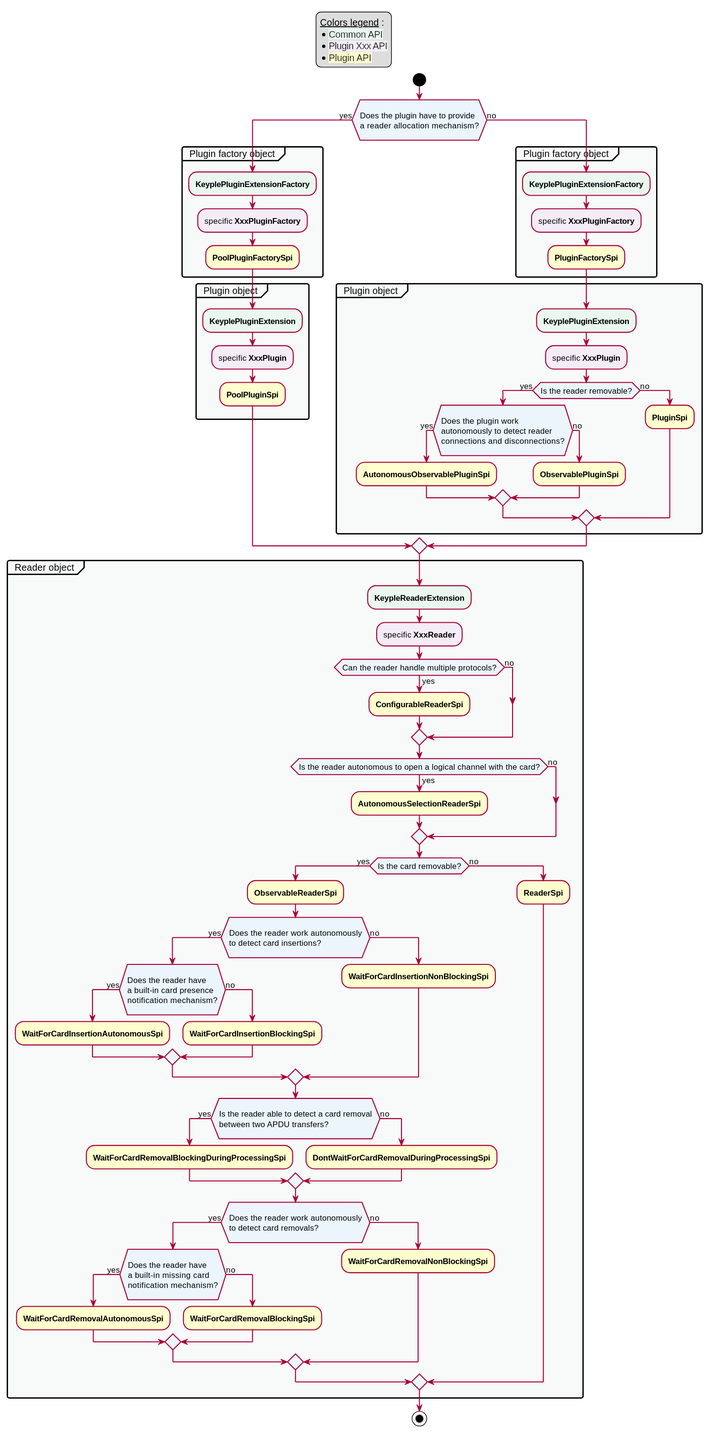
Before: static/media/learn/developer-guide/design-guides/reader_plugin_activity_diagram.svg, a diagram exported from PlantUML (eclipse-keyple/keyple-website). Source of this version:
```plantuml
@startuml
!define C_GREY1 F8F9F9
!define C_GREY2 F2F3F4
!define C_YELLOW FEFECE
!define C_PURPLE F4ECF7
!define C_BLUE EBF5FB
!define C_GREEN E9F7EF
<style>
activityDiagram {
    diamond {
        BackgroundColor C_BLUE
        FontSize 12
    }
    arrow {
        FontSize 12
    }
    partition {
        BackgroundColor C_GREY1
        RoundCorner 6
    }
}
</style>
skinparam Shadowing false

legend top
    __Colors legend__ :
    * <back:C_GREEN>Common API</back>
    * <back:C_PURPLE>Plugin Xxx API</back>
    * <back:C_YELLOW>Plugin API</back>
end legend

start

if (\nDoes the plugin have to provide\na reader allocation mechanism?\n) then (yes)
    partition "  Plugin factory object  " {
        #C_GREEN:**KeyplePluginExtensionFactory**;
        #C_PURPLE:specific **XxxPluginFactory**;
        :**PoolPluginFactorySpi**;
    }
    partition "  Plugin object  " {
        #C_GREEN:**KeyplePluginExtension**;
        #C_PURPLE:specific **XxxPlugin**;
        :**PoolPluginSpi**;
    }
else (no)
    partition "  Plugin factory object  " {
        #C_GREEN:**KeyplePluginExtensionFactory**;
        #C_PURPLE:specific **XxxPluginFactory**;
        :**PluginFactorySpi**;
    }
    partition "  Plugin object  " {
        #C_GREEN:**KeyplePluginExtension**;
        #C_PURPLE:specific **XxxPlugin**;
        if (Is the reader removable?) then (yes)
            if (\nDoes the plugin work\nautonomously to detect reader\nconnections and disconnections?\n) then (yes)
                :**AutonomousObservablePluginSpi**;
            else (no)
                :**ObservablePluginSpi**;
            endif
        else (no)
            :**PluginSpi**;
        endif
    }
endif

partition "  Reader object  " {
    #C_GREEN:**KeypleReaderExtension**;
    #C_PURPLE:specific **XxxReader**;

    if (Can the reader handle multiple protocols?) then (yes)
        :**ConfigurableReaderSpi**;
    else (no)
    endif

    if (Is the reader autonomous to open a logical channel with the card?) then (yes)
        :**AutonomousSelectionReaderSpi**;
    else (no)
    endif

    if (Is the card removable?) then (yes)
        :**ObservableReaderSpi**;
        if (\nDoes the reader work autonomously\nto detect card insertions?\n) then (yes)
            if (\nDoes the reader have\na built-in card presence\nnotification mechanism?\n) then (yes)
                :**WaitForCardInsertionAutonomousSpi**;
            else (no)
                :**WaitForCardInsertionBlockingSpi**;
            endif
        else (no)
            :**WaitForCardInsertionNonBlockingSpi**;
        endif
        if (\nIs the reader able to detect a card removal\nbetween two APDU transfers?\n) then (yes)
            :**WaitForCardRemovalBlockingDuringProcessingSpi**;
        else (no)
            :**DontWaitForCardRemovalDuringProcessingSpi**;
        endif
        if (\nDoes the reader work autonomously\nto detect card removals?\n) then (yes)
            if (\nDoes the reader have\na built-in missing card\nnotification mechanism?\n) then (yes)
                :**WaitForCardRemovalAutonomousSpi**;
            else (no)
                :**WaitForCardRemovalBlockingSpi**;
            endif
        else (no)
            :**WaitForCardRemovalNonBlockingSpi**;
        endif
    else (no)
        :**ReaderSpi**;
    endif
}

stop
@enduml
```
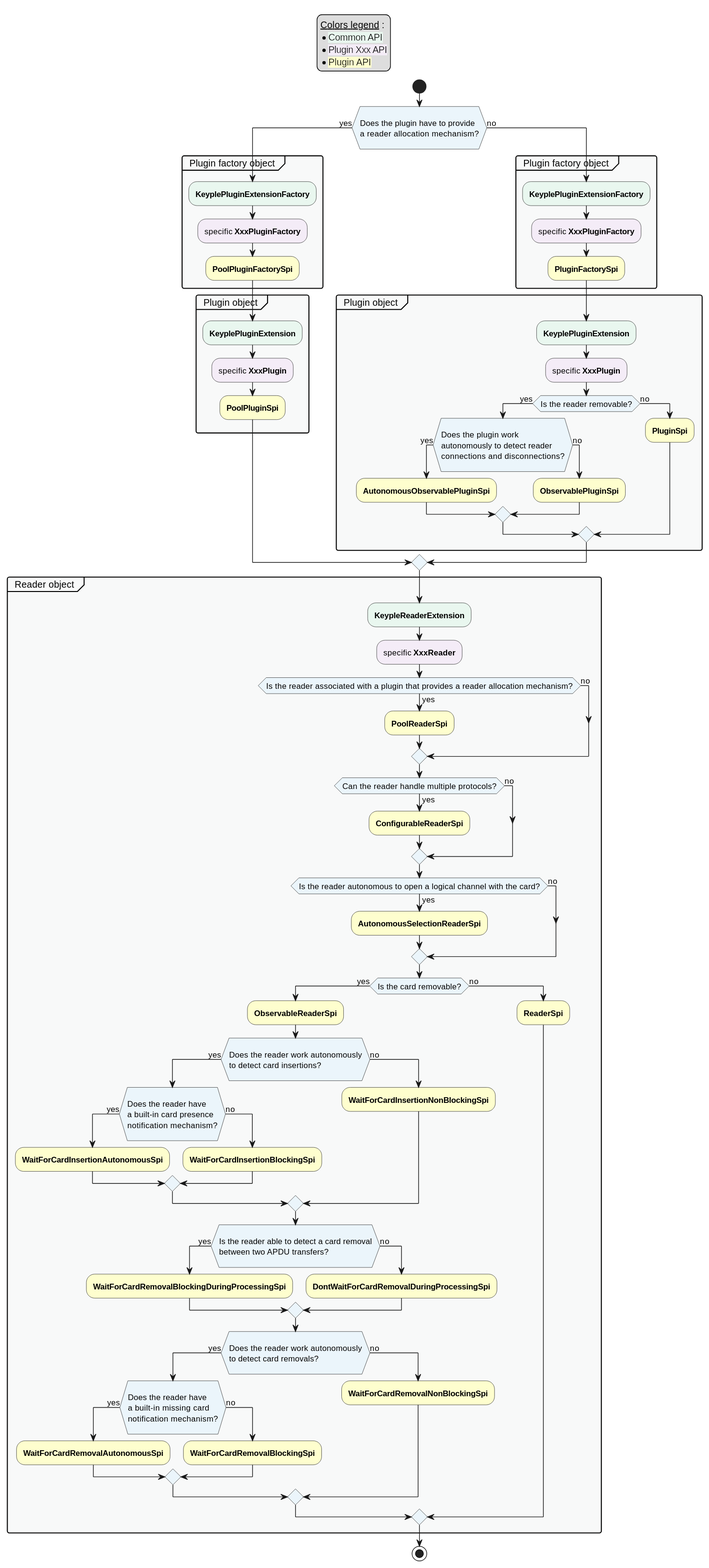
Above is the later version.

Diff of the diagram source:
```diff
@@ -35,30 +35,30 @@
     partition "  Plugin factory object  " {
         #C_GREEN:**KeyplePluginExtensionFactory**;
         #C_PURPLE:specific **XxxPluginFactory**;
-        :**PoolPluginFactorySpi**;
+        #C_YELLOW:**PoolPluginFactorySpi**;
     }
     partition "  Plugin object  " {
         #C_GREEN:**KeyplePluginExtension**;
         #C_PURPLE:specific **XxxPlugin**;
-        :**PoolPluginSpi**;
+        #C_YELLOW:**PoolPluginSpi**;
     }
 else (no)
     partition "  Plugin factory object  " {
         #C_GREEN:**KeyplePluginExtensionFactory**;
         #C_PURPLE:specific **XxxPluginFactory**;
-        :**PluginFactorySpi**;
+        #C_YELLOW:**PluginFactorySpi**;
     }
     partition "  Plugin object  " {
         #C_GREEN:**KeyplePluginExtension**;
         #C_PURPLE:specific **XxxPlugin**;
         if (Is the reader removable?) then (yes)
             if (\nDoes the plugin work\nautonomously to detect reader\nconnections and disconnections?\n) then (yes)
-                :**AutonomousObservablePluginSpi**;
+                #C_YELLOW:**AutonomousObservablePluginSpi**;
             else (no)
-                :**ObservablePluginSpi**;
+                #C_YELLOW:**ObservablePluginSpi**;
             endif
         else (no)
-            :**PluginSpi**;
+            #C_YELLOW:**PluginSpi**;
         endif
     }
 endif
@@ -67,43 +67,48 @@
     #C_GREEN:**KeypleReaderExtension**;
     #C_PURPLE:specific **XxxReader**;
 
+    if (Is the reader associated with a plugin that provides a reader allocation mechanism?) then (yes)
+        #C_YELLOW:**PoolReaderSpi**;
+    else (no)
+    endif
+
     if (Can the reader handle multiple protocols?) then (yes)
-        :**ConfigurableReaderSpi**;
+        #C_YELLOW:**ConfigurableReaderSpi**;
     else (no)
     endif
 
     if (Is the reader autonomous to open a logical channel with the card?) then (yes)
-        :**AutonomousSelectionReaderSpi**;
+        #C_YELLOW:**AutonomousSelectionReaderSpi**;
     else (no)
     endif
 
     if (Is the card removable?) then (yes)
-        :**ObservableReaderSpi**;
+        #C_YELLOW:**ObservableReaderSpi**;
         if (\nDoes the reader work autonomously\nto detect card insertions?\n) then (yes)
             if (\nDoes the reader have\na built-in card presence\nnotification mechanism?\n) then (yes)
-                :**WaitForCardInsertionAutonomousSpi**;
+                #C_YELLOW:**WaitForCardInsertionAutonomousSpi**;
             else (no)
-                :**WaitForCardInsertionBlockingSpi**;
+                #C_YELLOW:**WaitForCardInsertionBlockingSpi**;
             endif
         else (no)
-            :**WaitForCardInsertionNonBlockingSpi**;
+            #C_YELLOW:**WaitForCardInsertionNonBlockingSpi**;
         endif
         if (\nIs the reader able to detect a card removal\nbetween two APDU transfers?\n) then (yes)
-            :**WaitForCardRemovalBlockingDuringProcessingSpi**;
+            #C_YELLOW:**WaitForCardRemovalBlockingDuringProcessingSpi**;
         else (no)
-            :**DontWaitForCardRemovalDuringProcessingSpi**;
+            #C_YELLOW:**DontWaitForCardRemovalDuringProcessingSpi**;
         endif
         if (\nDoes the reader work autonomously\nto detect card removals?\n) then (yes)
             if (\nDoes the reader have\na built-in missing card\nnotification mechanism?\n) then (yes)
-                :**WaitForCardRemovalAutonomousSpi**;
+                #C_YELLOW:**WaitForCardRemovalAutonomousSpi**;
             else (no)
-                :**WaitForCardRemovalBlockingSpi**;
+                #C_YELLOW:**WaitForCardRemovalBlockingSpi**;
             endif
         else (no)
-            :**WaitForCardRemovalNonBlockingSpi**;
+            #C_YELLOW:**WaitForCardRemovalNonBlockingSpi**;
         endif
     else (no)
-        :**ReaderSpi**;
+        #C_YELLOW:**ReaderSpi**;
     endif
 }
 
```
